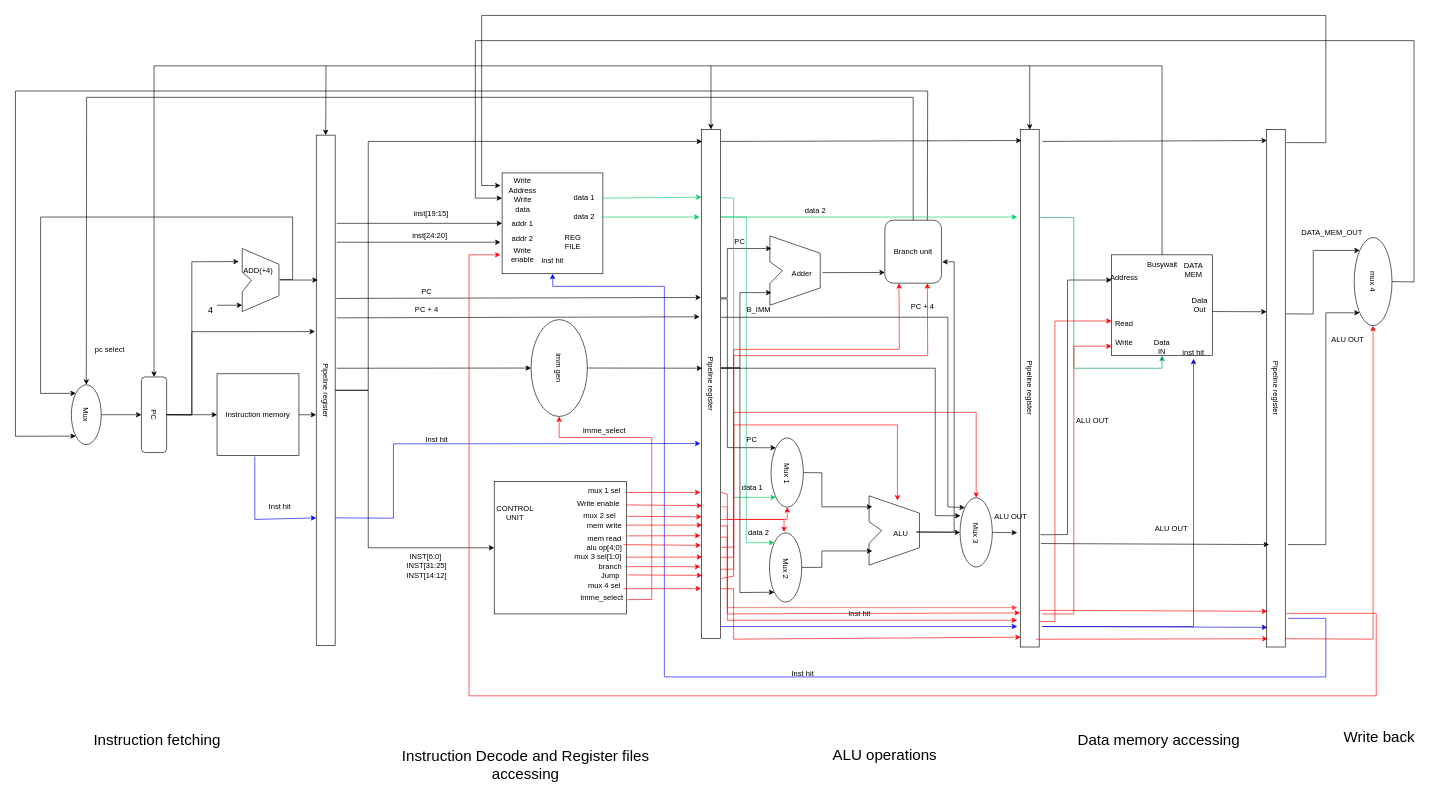
This is Datapath/Datapath.drawio from HirushaUthsara/e18-co502-RV32IM-Pipeline-Implementation-Group-06-, a draw.io file, before an edit. Source tidied: cells renumbered, new cells numbered last; positions are measured from the earlier drawing's top-left corner, leaving out a move shared by most shapes. Both pictures are drawn from the tidied source at 63%, with x=0, y=0 at pixel (15, 15).
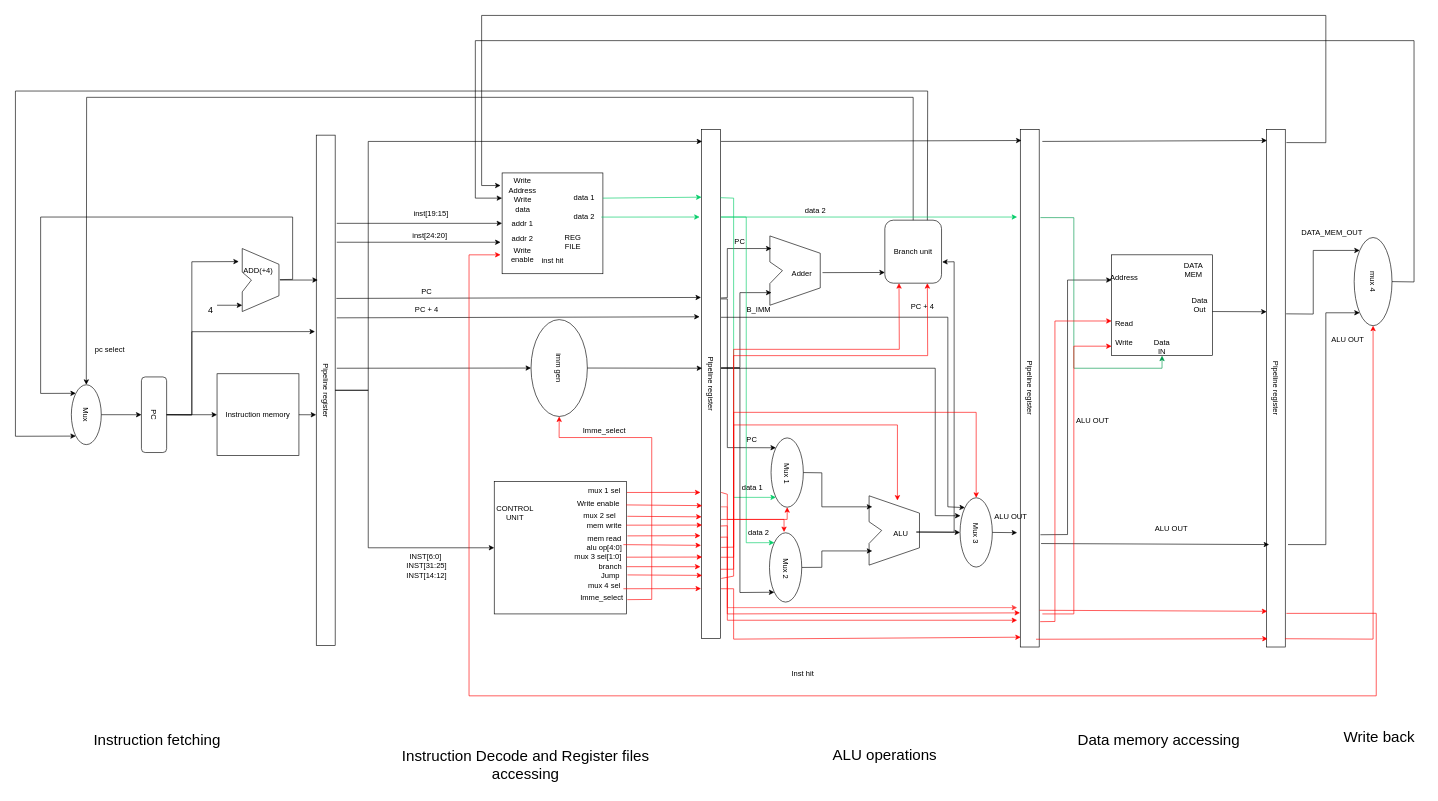
The same page after the edit.

The change refers to these unchanged cells:
```xml
<mxCell id="4" value="PC" style="rounded=1;whiteSpace=wrap;html=1;rotation=90;" parent="1" vertex="1">
  <mxGeometry x="160" y="613.8" width="120" height="40" as="geometry" />
</mxCell>
<mxCell id="15" style="whiteSpace=wrap;html=1;" parent="1" vertex="1">
  <mxGeometry x="772.5" y="250" width="160" height="160" as="geometry" />
</mxCell>
<mxCell id="26" value="Pipeline register" style="whiteSpace=wrap;html=1;rotation=90;" parent="1" vertex="1">
  <mxGeometry x="87.5" y="580" width="810" height="30" as="geometry" />
</mxCell>
<mxCell id="27" value="Pipeline register" style="whiteSpace=wrap;html=1;rotation=90;" parent="1" vertex="1">
  <mxGeometry x="700" y="570" width="808" height="30" as="geometry" />
</mxCell>
<mxCell id="41" value="Pipeline register" style="whiteSpace=wrap;html=1;rotation=90;" parent="1" vertex="1">
  <mxGeometry x="1199.4" y="576.9" width="821.2" height="30" as="geometry" />
</mxCell>
<mxCell id="42" style="group;" parent="1" vertex="1">
  <mxGeometry x="1740" y="380" width="160" height="165" as="geometry" />
</mxCell>
<mxCell id="43" style="whiteSpace=wrap;html=1;" parent="42" vertex="1">
  <mxGeometry width="160" height="160" as="geometry" />
</mxCell>
<mxCell id="52" value="Pipeline register" style="whiteSpace=wrap;html=1;rotation=90;" parent="1" vertex="1">
  <mxGeometry x="1590" y="576.9" width="821.2" height="30" as="geometry" />
</mxCell>
```

Change to the diagram source:
```diff
@@
-    <mxCell id="50" value="Busywait" style="text;html=1;align=center;verticalAlign=middle;strokeColor=none;" parent="42" vertex="1">
-      <mxGeometry x="50" y="5.6" width="60" height="20" as="geometry" />
-    </mxCell>
-    <mxCell id="51" value="inst hit" style="text;html=1;strokeColor=none;fillColor=none;align=center;verticalAlign=middle;whiteSpace=wrap;rounded=0;" parent="42" vertex="1">
-      <mxGeometry x="110" y="145" width="40" height="20" as="geometry" />
-    </mxCell>
@@
-    <mxCell id="60" value="Inst hit" style="text;html=1;strokeColor=none;fillColor=none;align=center;verticalAlign=middle;whiteSpace=wrap;rounded=0;" parent="1" vertex="1">
-      <mxGeometry x="390" y="765" width="60" height="30" as="geometry" />
-    </mxCell>
@@
-    <mxCell id="85" style="endArrow=classic;html=1;rounded=0;exitX=0.5;exitY=0;exitDx=0;exitDy=0;entryX=0;entryY=0.5;entryDx=0;entryDy=0;" parent="1" edge="1" source="43" target="4">
-      <mxGeometry relative="1" as="geometry">
-        <Array as="points">
-          <mxPoint x="1820" y="80" />
-          <mxPoint x="220" y="80" />
-        </Array>
-      </mxGeometry>
-    </mxCell>
@@
-    <mxCell id="89" style="endArrow=classic;html=1;rounded=0;entryX=0.5;entryY=0;entryDx=0;entryDy=0;" parent="1" edge="1">
-      <mxGeometry relative="1" as="geometry">
-        <mxPoint x="493" y="80" as="sourcePoint" />
-        <mxPoint x="492.5" y="190" as="targetPoint" />
-      </mxGeometry>
-    </mxCell>
@@
-    <mxCell id="96" style="endArrow=classic;html=1;rounded=0;entryX=0.75;entryY=1;entryDx=0;entryDy=0;strokeColor=#0000FF;" parent="1" edge="1" target="26">
-      <mxGeometry relative="1" as="geometry">
-        <mxPoint x="380" y="700" as="sourcePoint" />
-        <Array as="points">
-          <mxPoint x="380" y="800" />
-        </Array>
-      </mxGeometry>
-    </mxCell>
-    <mxCell id="97" style="endArrow=classic;html=1;rounded=0;exitX=0.75;exitY=0;exitDx=0;exitDy=0;entryX=0.617;entryY=1.058;entryDx=0;entryDy=0;entryPerimeter=0;strokeColor=#0000FF;" parent="1" edge="1" source="26" target="27">
-      <mxGeometry relative="1" as="geometry">
-        <Array as="points">
-          <mxPoint x="600" y="798" />
-          <mxPoint x="600" y="680" />
-        </Array>
-      </mxGeometry>
-    </mxCell>
-    <mxCell id="98" value="Inst hit" style="text;html=1;strokeColor=none;fillColor=none;align=center;verticalAlign=middle;whiteSpace=wrap;rounded=0;" parent="1" vertex="1">
-      <mxGeometry x="638.8" y="657.5" width="60" height="30" as="geometry" />
-    </mxCell>
-    <mxCell id="99" style="endArrow=classic;html=1;rounded=0;entryX=0.5;entryY=1;entryDx=0;entryDy=0;strokeColor=#0000FF;" parent="1" edge="1" target="15">
-      <mxGeometry relative="1" as="geometry">
-        <mxPoint x="2020" y="957" as="sourcePoint" />
-        <Array as="points">
-          <mxPoint x="2080" y="957" />
-          <mxPoint x="2080" y="1050" />
-          <mxPoint x="1030" y="1050" />
-          <mxPoint x="1030" y="430" />
-          <mxPoint x="853" y="430" />
-        </Array>
-      </mxGeometry>
-    </mxCell>
@@
-    <mxCell id="109" style="endArrow=classic;html=1;rounded=0;entryX=0;entryY=0.5;entryDx=0;entryDy=0;" parent="1" edge="1" target="27">
-      <mxGeometry relative="1" as="geometry">
-        <mxPoint x="1104" y="80" as="sourcePoint" />
-      </mxGeometry>
-    </mxCell>
-    <mxCell id="110" style="endArrow=classic;html=1;rounded=0;" parent="1" edge="1" target="41">
-      <mxGeometry relative="1" as="geometry">
-        <mxPoint x="1610" y="80" as="sourcePoint" />
-      </mxGeometry>
-    </mxCell>
@@
-    <mxCell id="127" style="endArrow=classic;html=1;rounded=0;strokeColor=#0000FF;" parent="1" edge="1">
-      <mxGeometry relative="1" as="geometry">
-        <mxPoint x="1120" y="970" as="sourcePoint" />
-        <mxPoint x="1590" y="970" as="targetPoint" />
-      </mxGeometry>
-    </mxCell>
-    <mxCell id="128" value="Inst hit" style="text;html=1;strokeColor=none;fillColor=none;align=center;verticalAlign=middle;whiteSpace=wrap;rounded=0;" parent="1" vertex="1">
-      <mxGeometry x="1310" y="935" width="60" height="30" as="geometry" />
-    </mxCell>
@@
-    <mxCell id="144" style="endArrow=classic;html=1;rounded=0;entryX=0.5;entryY=1;entryDx=0;entryDy=0;strokeColor=#0000CC;" parent="1" edge="1" target="51">
-      <mxGeometry relative="1" as="geometry">
-        <mxPoint x="1630" y="970" as="sourcePoint" />
-        <Array as="points">
-          <mxPoint x="1870" y="970" />
-        </Array>
-      </mxGeometry>
-    </mxCell>
-    <mxCell id="145" style="endArrow=classic;html=1;rounded=0;entryX=0.962;entryY=0.954;entryDx=0;entryDy=0;entryPerimeter=0;strokeColor=#0000CC;" parent="1" edge="1" target="52">
-      <mxGeometry relative="1" as="geometry">
-        <mxPoint x="1630" y="970" as="sourcePoint" />
-      </mxGeometry>
-    </mxCell>
```
